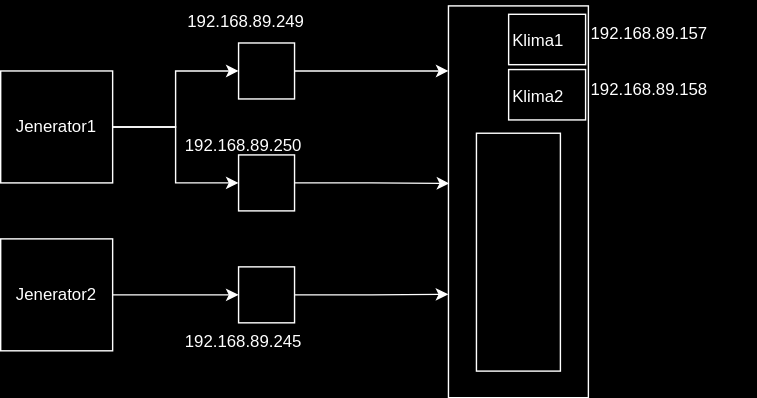
This is sistemodasi.drawio.svg from musicianx2/Grafana, a draw.io export, as it was before one commit. Source tidied: cells renumbered, new cells last; positions are measured from the earlier drawing's top-left corner, leaving out a move shared by most shapes. The source it was exported from:
```xml
<mxGraphModel>
  <root>
    <mxCell id="0" />
    <mxCell id="1" parent="0" />
    <mxCell id="2" style="edgeStyle=orthogonalEdgeStyle;rounded=0;jettySize=auto;html=1;entryX=0;entryY=0.5;entryDx=0;entryDy=0;" parent="1" edge="1" source="4" target="7">
      <mxGeometry relative="1" as="geometry" />
    </mxCell>
    <mxCell id="3" style="edgeStyle=orthogonalEdgeStyle;rounded=0;jettySize=auto;html=1;exitX=1;exitY=0.5;exitDx=0;exitDy=0;entryX=0;entryY=0.5;entryDx=0;entryDy=0;" parent="1" edge="1" source="4" target="8">
      <mxGeometry relative="1" as="geometry" />
    </mxCell>
    <mxCell id="4" value="Jenerator1" style="whiteSpace=wrap;html=1;" parent="1" vertex="1">
      <mxGeometry y="50" width="80" height="80" as="geometry" />
    </mxCell>
    <mxCell id="5" style="edgeStyle=orthogonalEdgeStyle;rounded=0;jettySize=auto;html=1;entryX=0;entryY=0.5;entryDx=0;entryDy=0;" parent="1" edge="1" source="6" target="9">
      <mxGeometry relative="1" as="geometry" />
    </mxCell>
    <mxCell id="6" value="Jenerator2" style="whiteSpace=wrap;html=1;" parent="1" vertex="1">
      <mxGeometry y="170" width="80" height="80" as="geometry" />
    </mxCell>
    <mxCell id="7" style="whiteSpace=wrap;html=1;" parent="1" vertex="1">
      <mxGeometry x="170" y="30" width="40" height="40" as="geometry" />
    </mxCell>
    <mxCell id="8" style="whiteSpace=wrap;html=1;" parent="1" vertex="1">
      <mxGeometry x="170" y="110" width="40" height="40" as="geometry" />
    </mxCell>
    <mxCell id="9" style="whiteSpace=wrap;html=1;" parent="1" vertex="1">
      <mxGeometry x="170" y="190" width="40" height="40" as="geometry" />
    </mxCell>
    <mxCell id="10" style="rounded=0;whiteSpace=wrap;html=1;rotation=90;" parent="1" vertex="1">
      <mxGeometry x="230" y="93.5" width="280" height="100" as="geometry" />
    </mxCell>
    <mxCell id="11" style="rounded=0;whiteSpace=wrap;html=1;rotation=90;" parent="1" vertex="1">
      <mxGeometry x="372.5" width="36" height="55" as="geometry" />
    </mxCell>
    <mxCell id="12" style="rounded=0;whiteSpace=wrap;html=1;rotation=90;" parent="1" vertex="1">
      <mxGeometry x="372.5" y="39.5" width="36" height="55" as="geometry" />
    </mxCell>
    <mxCell id="13" style="rounded=0;whiteSpace=wrap;html=1;rotation=90;" parent="1" vertex="1">
      <mxGeometry x="285" y="149.5" width="170" height="60" as="geometry" />
    </mxCell>
    <mxCell id="14" value="192.168.89.249" style="text;html=1;align=center;verticalAlign=middle;strokeColor=none;fillColor=none;" parent="1" vertex="1">
      <mxGeometry x="120" width="110" height="30" as="geometry" />
    </mxCell>
    <mxCell id="15" value="192.168.89.245" style="text;whiteSpace=wrap;" parent="1" vertex="1">
      <mxGeometry x="130" y="230" width="120" height="40" as="geometry" />
    </mxCell>
    <mxCell id="16" value="192.168.89.250" style="text;whiteSpace=wrap;" parent="1" vertex="1">
      <mxGeometry x="130" y="90" width="120" height="40" as="geometry" />
    </mxCell>
    <mxCell id="17" value="Klima1" style="text;whiteSpace=wrap;" parent="1" vertex="1">
      <mxGeometry x="364" y="15" width="70" height="40" as="geometry" />
    </mxCell>
    <mxCell id="18" value="Klima2" style="text;whiteSpace=wrap;" parent="1" vertex="1">
      <mxGeometry x="364" y="54.5" width="70" height="40" as="geometry" />
    </mxCell>
    <mxCell id="19" value="192.168.89.157" style="text;whiteSpace=wrap;" parent="1" vertex="1">
      <mxGeometry x="420" y="10" width="120" height="40" as="geometry" />
    </mxCell>
    <mxCell id="20" value="192.168.89.158" style="text;whiteSpace=wrap;" parent="1" vertex="1">
      <mxGeometry x="420" y="50" width="120" height="40" as="geometry" />
    </mxCell>
    <mxCell id="21" style="edgeStyle=orthogonalEdgeStyle;rounded=0;jettySize=auto;html=1;entryX=0.453;entryY=0.994;entryDx=0;entryDy=0;entryPerimeter=0;" parent="1" edge="1" source="8" target="10">
      <mxGeometry relative="1" as="geometry" />
    </mxCell>
    <mxCell id="22" style="edgeStyle=orthogonalEdgeStyle;rounded=0;jettySize=auto;html=1;exitX=1;exitY=0.5;exitDx=0;exitDy=0;entryX=0.736;entryY=1.001;entryDx=0;entryDy=0;entryPerimeter=0;" parent="1" edge="1" source="9" target="10">
      <mxGeometry relative="1" as="geometry" />
    </mxCell>
    <mxCell id="23" style="edgeStyle=orthogonalEdgeStyle;rounded=0;jettySize=auto;html=1;entryX=0.166;entryY=1;entryDx=0;entryDy=0;entryPerimeter=0;" parent="1" edge="1" source="7" target="10">
      <mxGeometry relative="1" as="geometry" />
    </mxCell>
  </root>
</mxGraphModel>
```
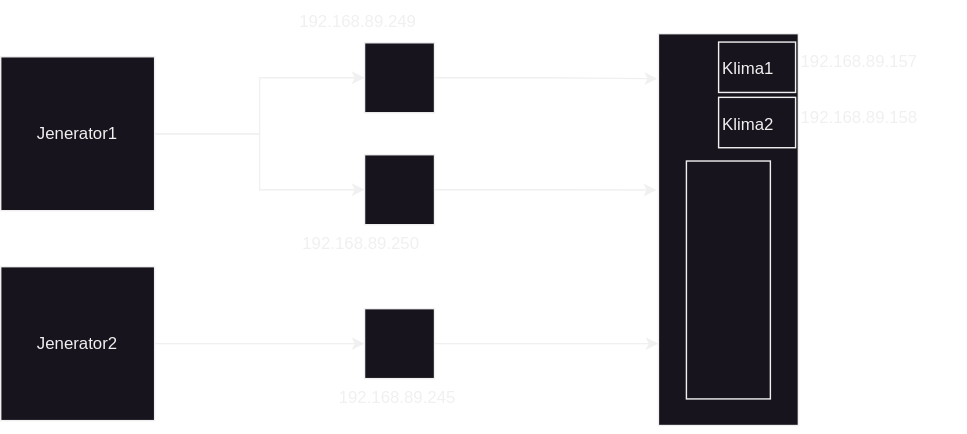
The same file after the commit.

What changed in the source:
```diff
@@ -2,71 +2,71 @@
   <root>
     <mxCell id="0" />
     <mxCell id="1" parent="0" />
-    <mxCell id="2" style="edgeStyle=orthogonalEdgeStyle;rounded=0;jettySize=auto;html=1;entryX=0;entryY=0.5;entryDx=0;entryDy=0;" parent="1" edge="1" source="4" target="7">
-      <mxGeometry relative="1" as="geometry" />
-    </mxCell>
-    <mxCell id="3" style="edgeStyle=orthogonalEdgeStyle;rounded=0;jettySize=auto;html=1;exitX=1;exitY=0.5;exitDx=0;exitDy=0;entryX=0;entryY=0.5;entryDx=0;entryDy=0;" parent="1" edge="1" source="4" target="8">
-      <mxGeometry relative="1" as="geometry" />
-    </mxCell>
+    <mxCell id="24" style="edgeStyle=orthogonalEdgeStyle;rounded=0;jettySize=auto;html=1;entryX=0;entryY=0.5;entryDx=0;entryDy=0;" parent="1" edge="1" source="4" target="27">
+      <mxGeometry relative="1" as="geometry" />
+    </mxCell>
+    <mxCell id="25" style="edgeStyle=orthogonalEdgeStyle;rounded=0;jettySize=auto;html=1;exitX=1;exitY=0.5;exitDx=0;exitDy=0;entryX=0;entryY=0.5;entryDx=0;entryDy=0;" parent="1" edge="1" source="4" target="28">
+      <mxGeometry relative="1" as="geometry" />
+    </mxCell>
     <mxCell id="4" value="Jenerator1" style="whiteSpace=wrap;html=1;" parent="1" vertex="1">
-      <mxGeometry y="50" width="80" height="80" as="geometry" />
+      <mxGeometry x="10" y="30" width="110" height="110" as="geometry" />
     </mxCell>
-    <mxCell id="5" style="edgeStyle=orthogonalEdgeStyle;rounded=0;jettySize=auto;html=1;entryX=0;entryY=0.5;entryDx=0;entryDy=0;" parent="1" edge="1" source="6" target="9">
-      <mxGeometry relative="1" as="geometry" />
-    </mxCell>
+    <mxCell id="26" style="edgeStyle=orthogonalEdgeStyle;rounded=0;jettySize=auto;html=1;entryX=0;entryY=0.5;entryDx=0;entryDy=0;" parent="1" edge="1" source="6" target="29">
+      <mxGeometry relative="1" as="geometry" />
+    </mxCell>
     <mxCell id="6" value="Jenerator2" style="whiteSpace=wrap;html=1;" parent="1" vertex="1">
-      <mxGeometry y="170" width="80" height="80" as="geometry" />
+      <mxGeometry x="10" y="180" width="110" height="110" as="geometry" />
     </mxCell>
-    <mxCell id="7" style="whiteSpace=wrap;html=1;" parent="1" vertex="1">
-      <mxGeometry x="170" y="30" width="40" height="40" as="geometry" />
-    </mxCell>
-    <mxCell id="8" style="whiteSpace=wrap;html=1;" parent="1" vertex="1">
-      <mxGeometry x="170" y="110" width="40" height="40" as="geometry" />
-    </mxCell>
-    <mxCell id="9" style="whiteSpace=wrap;html=1;" parent="1" vertex="1">
-      <mxGeometry x="170" y="190" width="40" height="40" as="geometry" />
-    </mxCell>
-    <mxCell id="10" style="rounded=0;whiteSpace=wrap;html=1;rotation=90;" parent="1" vertex="1">
-      <mxGeometry x="230" y="93.5" width="280" height="100" as="geometry" />
-    </mxCell>
-    <mxCell id="11" style="rounded=0;whiteSpace=wrap;html=1;rotation=90;" parent="1" vertex="1">
-      <mxGeometry x="372.5" width="36" height="55" as="geometry" />
-    </mxCell>
-    <mxCell id="12" style="rounded=0;whiteSpace=wrap;html=1;rotation=90;" parent="1" vertex="1">
-      <mxGeometry x="372.5" y="39.5" width="36" height="55" as="geometry" />
-    </mxCell>
-    <mxCell id="13" style="rounded=0;whiteSpace=wrap;html=1;rotation=90;" parent="1" vertex="1">
-      <mxGeometry x="285" y="149.5" width="170" height="60" as="geometry" />
-    </mxCell>
+    <mxCell id="27" style="whiteSpace=wrap;html=1;" parent="1" vertex="1">
+      <mxGeometry x="270" y="20" width="50" height="50" as="geometry" />
+    </mxCell>
+    <mxCell id="28" style="whiteSpace=wrap;html=1;" parent="1" vertex="1">
+      <mxGeometry x="270" y="100" width="50" height="50" as="geometry" />
+    </mxCell>
+    <mxCell id="29" style="whiteSpace=wrap;html=1;" parent="1" vertex="1">
+      <mxGeometry x="270" y="210" width="50" height="50" as="geometry" />
+    </mxCell>
+    <mxCell id="30" style="rounded=0;whiteSpace=wrap;html=1;rotation=90;" parent="1" vertex="1">
+      <mxGeometry x="390" y="103.5" width="280" height="100" as="geometry" />
+    </mxCell>
+    <mxCell id="31" style="rounded=0;whiteSpace=wrap;html=1;rotation=90;" parent="1" vertex="1">
+      <mxGeometry x="532.5" y="10" width="36" height="55" as="geometry" />
+    </mxCell>
+    <mxCell id="32" style="rounded=0;whiteSpace=wrap;html=1;rotation=90;" parent="1" vertex="1">
+      <mxGeometry x="532.5" y="49.5" width="36" height="55" as="geometry" />
+    </mxCell>
+    <mxCell id="33" style="rounded=0;whiteSpace=wrap;html=1;rotation=90;" parent="1" vertex="1">
+      <mxGeometry x="445" y="159.5" width="170" height="60" as="geometry" />
+    </mxCell>
     <mxCell id="14" value="192.168.89.249" style="text;html=1;align=center;verticalAlign=middle;strokeColor=none;fillColor=none;" parent="1" vertex="1">
-      <mxGeometry x="120" width="110" height="30" as="geometry" />
+      <mxGeometry x="210" y="-10" width="110" height="30" as="geometry" />
     </mxCell>
     <mxCell id="15" value="192.168.89.245" style="text;whiteSpace=wrap;" parent="1" vertex="1">
-      <mxGeometry x="130" y="230" width="120" height="40" as="geometry" />
+      <mxGeometry x="250" y="260" width="120" height="40" as="geometry" />
     </mxCell>
     <mxCell id="16" value="192.168.89.250" style="text;whiteSpace=wrap;" parent="1" vertex="1">
-      <mxGeometry x="130" y="90" width="120" height="40" as="geometry" />
+      <mxGeometry x="224" y="150" width="120" height="40" as="geometry" />
     </mxCell>
     <mxCell id="17" value="Klima1" style="text;whiteSpace=wrap;" parent="1" vertex="1">
-      <mxGeometry x="364" y="15" width="70" height="40" as="geometry" />
+      <mxGeometry x="524" y="25" width="70" height="40" as="geometry" />
     </mxCell>
     <mxCell id="18" value="Klima2" style="text;whiteSpace=wrap;" parent="1" vertex="1">
-      <mxGeometry x="364" y="54.5" width="70" height="40" as="geometry" />
+      <mxGeometry x="524" y="64.5" width="70" height="40" as="geometry" />
     </mxCell>
     <mxCell id="19" value="192.168.89.157" style="text;whiteSpace=wrap;" parent="1" vertex="1">
-      <mxGeometry x="420" y="10" width="120" height="40" as="geometry" />
+      <mxGeometry x="580" y="20" width="120" height="40" as="geometry" />
     </mxCell>
     <mxCell id="20" value="192.168.89.158" style="text;whiteSpace=wrap;" parent="1" vertex="1">
-      <mxGeometry x="420" y="50" width="120" height="40" as="geometry" />
+      <mxGeometry x="580" y="60" width="120" height="40" as="geometry" />
     </mxCell>
-    <mxCell id="21" style="edgeStyle=orthogonalEdgeStyle;rounded=0;jettySize=auto;html=1;entryX=0.453;entryY=0.994;entryDx=0;entryDy=0;entryPerimeter=0;" parent="1" edge="1" source="8" target="10">
-      <mxGeometry relative="1" as="geometry" />
-    </mxCell>
-    <mxCell id="22" style="edgeStyle=orthogonalEdgeStyle;rounded=0;jettySize=auto;html=1;exitX=1;exitY=0.5;exitDx=0;exitDy=0;entryX=0.736;entryY=1.001;entryDx=0;entryDy=0;entryPerimeter=0;" parent="1" edge="1" source="9" target="10">
-      <mxGeometry relative="1" as="geometry" />
-    </mxCell>
-    <mxCell id="23" style="edgeStyle=orthogonalEdgeStyle;rounded=0;jettySize=auto;html=1;entryX=0.166;entryY=1;entryDx=0;entryDy=0;entryPerimeter=0;" parent="1" edge="1" source="7" target="10">
-      <mxGeometry relative="1" as="geometry" />
-    </mxCell>
+    <mxCell id="34" style="edgeStyle=orthogonalEdgeStyle;rounded=0;jettySize=auto;html=1;entryX=0.791;entryY=1;entryDx=0;entryDy=0;entryPerimeter=0;" parent="1" edge="1" source="29" target="30">
+      <mxGeometry relative="1" as="geometry" />
+    </mxCell>
+    <mxCell id="35" style="edgeStyle=orthogonalEdgeStyle;rounded=0;jettySize=auto;html=1;entryX=0.399;entryY=1.015;entryDx=0;entryDy=0;entryPerimeter=0;" parent="1" edge="1" source="28" target="30">
+      <mxGeometry relative="1" as="geometry" />
+    </mxCell>
+    <mxCell id="36" style="edgeStyle=orthogonalEdgeStyle;rounded=0;jettySize=auto;html=1;entryX=0.115;entryY=1.008;entryDx=0;entryDy=0;entryPerimeter=0;" parent="1" edge="1" source="27" target="30">
+      <mxGeometry relative="1" as="geometry" />
+    </mxCell>
   </root>
 </mxGraphModel>
```
